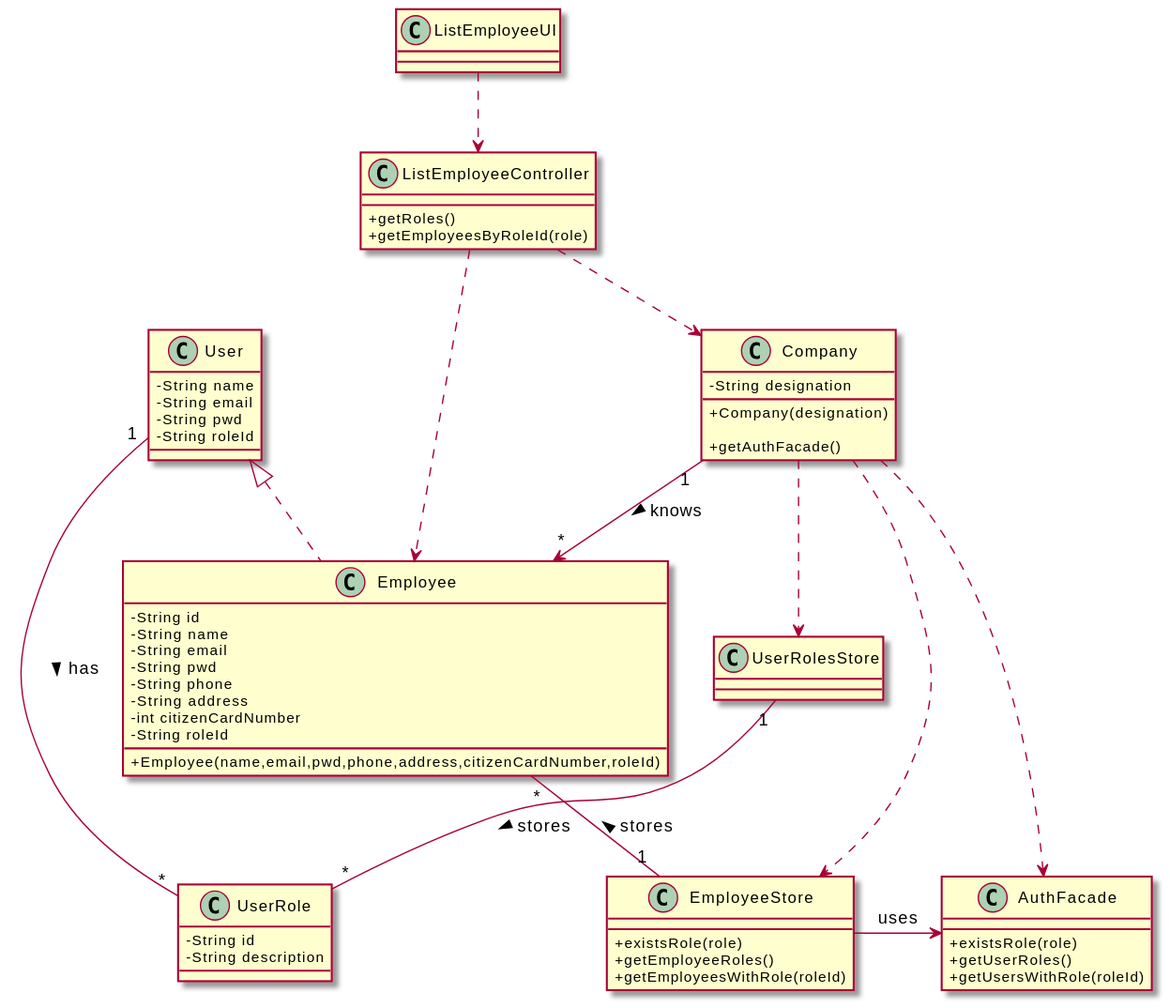
This is docs/SprintB/US11/CD/US11_CD.svg from miseEnPlace-i/lapr2, a PlantUML export, as it was before one commit.
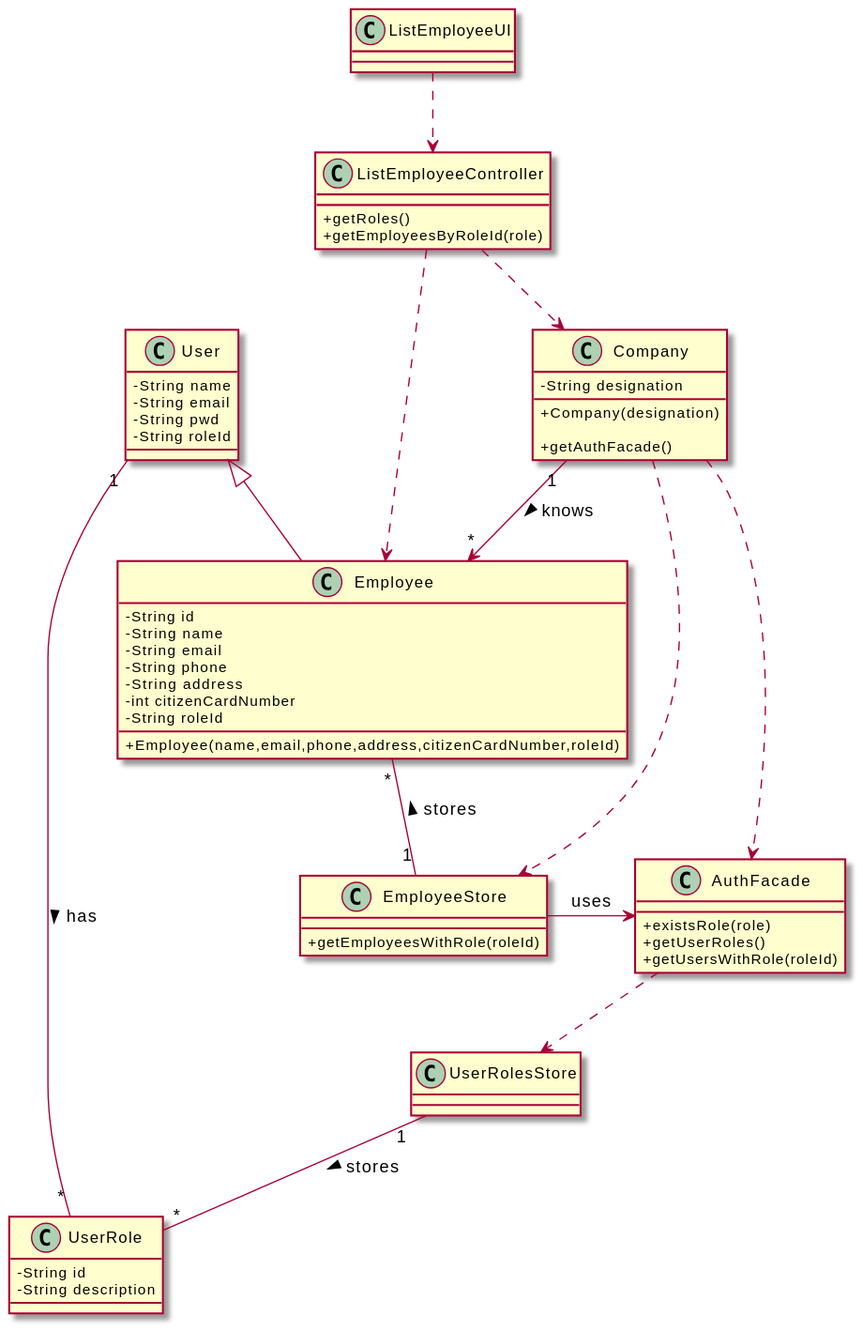
After the commit.

Commit message:
docs(US11): updated user attributes

What changed in the source:
```diff
@@ -12,13 +12,12 @@
   -String id
   -String name
   -String email
-  -String pwd
   -String phone
   -String address
   -int citizenCardNumber
   -String roleId
 
-  +Employee(name,email,pwd,phone,address,citizenCardNumber,roleId)
+  +Employee(name,email,phone,address,citizenCardNumber,roleId)
 }
 
 class Company {
@@ -35,8 +34,6 @@
 }
 
 class EmployeeStore {
-  +existsRole(role)
-  +getEmployeeRoles()
   +getEmployeesWithRole(roleId)
 }
 
@@ -67,10 +64,9 @@
 Company "1" --> "*" Employee : knows >
 
 UserRolesStore "1" -- "*" UserRole : stores >
-Company ..> UserRolesStore
-
+AuthFacade ..> UserRolesStore
 User "1" -- "*" UserRole : has >
 
-User <|.. Employee
+User <|-- Employee
 
 @enduml
```
